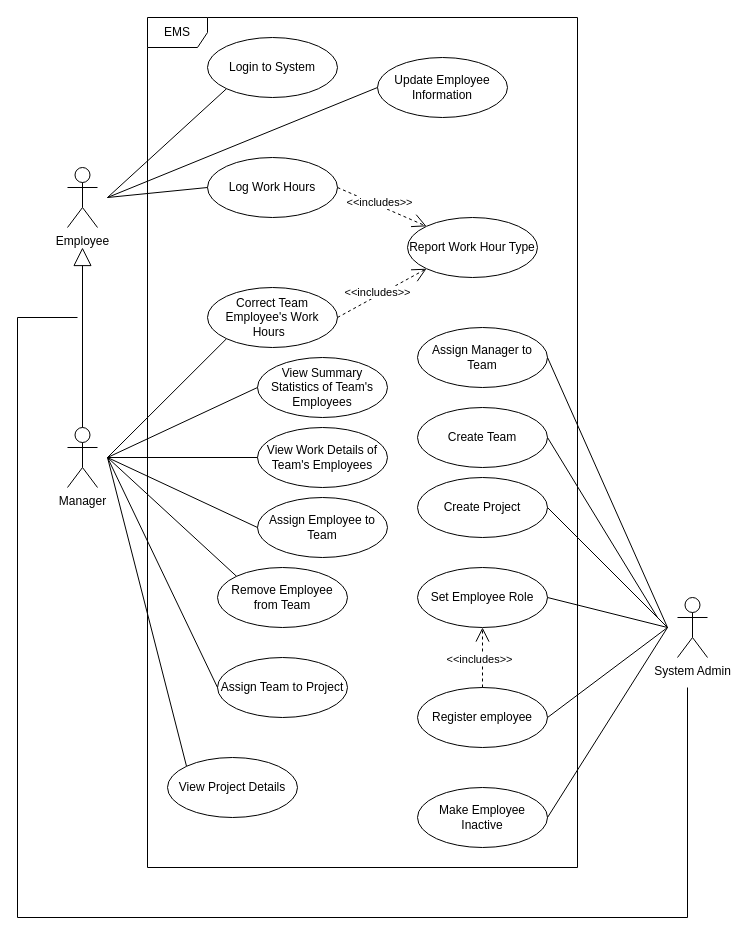
Earlier version of the draw.io diagram System Models/EMS_Use_Case_Diagram.drawio (blueappleee/EmployeeManagementSystem). Source tidied: cells renumbered, new cells numbered last; positions are measured from the earlier drawing's top-left corner, leaving out a move shared by most shapes. Both pictures are drawn from the tidied source at 100%, with x=0, y=0 at pixel (17, 17).
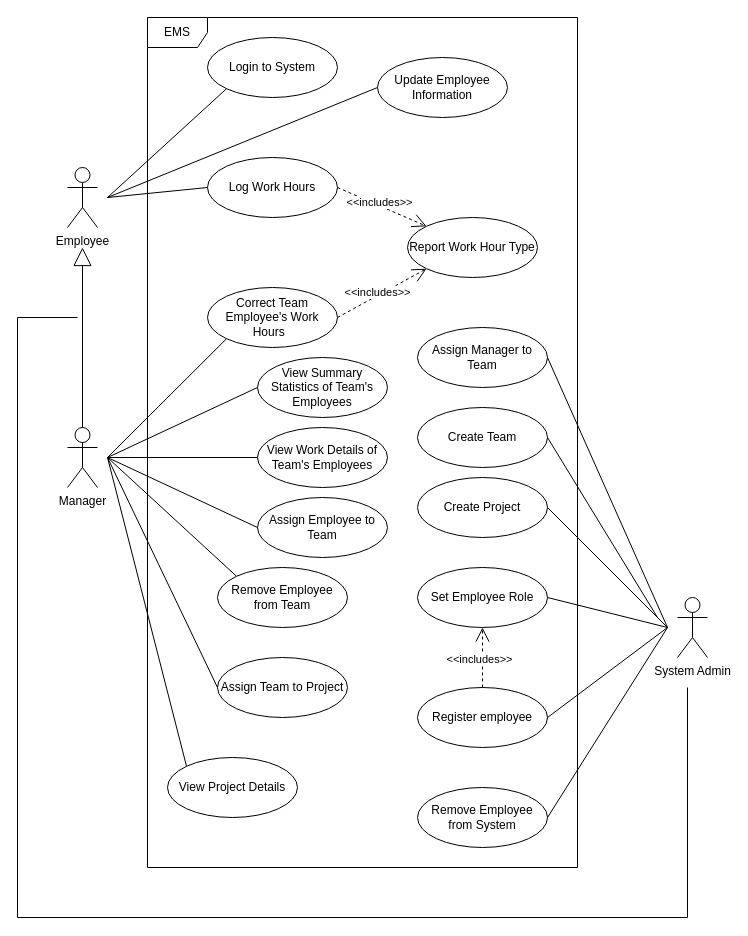
The same page after the edit.

Commit message (it also covers changes not shown here):
Use Case Diagram Refactor

The edit, as a diff of the source:
```diff
@@
-    <mxCell id="15" value="Make Employee Inactive" style="ellipse;whiteSpace=wrap;html=1;" parent="1" vertex="1">
+    <mxCell id="15" value="Remove Employee from System" style="ellipse;whiteSpace=wrap;html=1;" parent="1" vertex="1">
       <mxGeometry x="400" y="770" width="130" height="60" as="geometry" />
     </mxCell>
```
